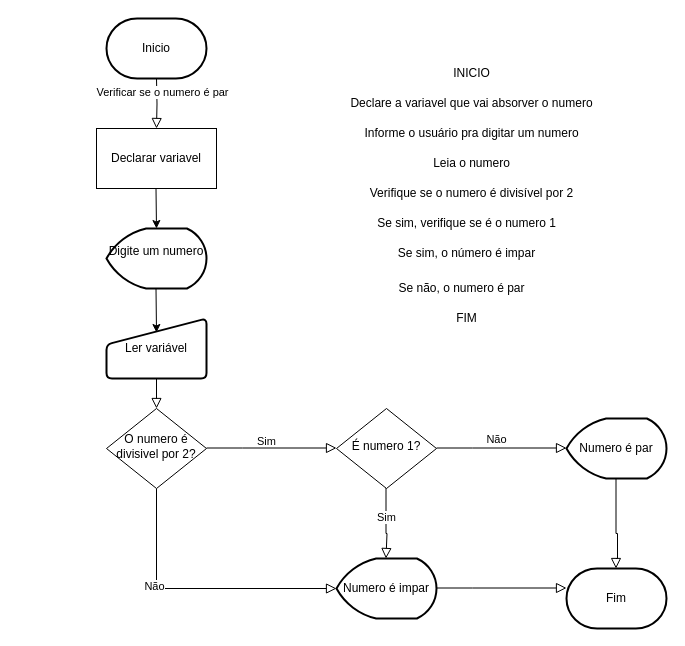
This is AtividadeParImpar.drawio from Jhonneg/FluxogramaRepo, a draw.io file, before an edit. Source tidied: cells renumbered, new cells numbered last; positions are measured from the earlier drawing's top-left corner, leaving out a move shared by most shapes. Both pictures are drawn from the tidied source at 100%, with x=0, y=0 at pixel (96, 18).
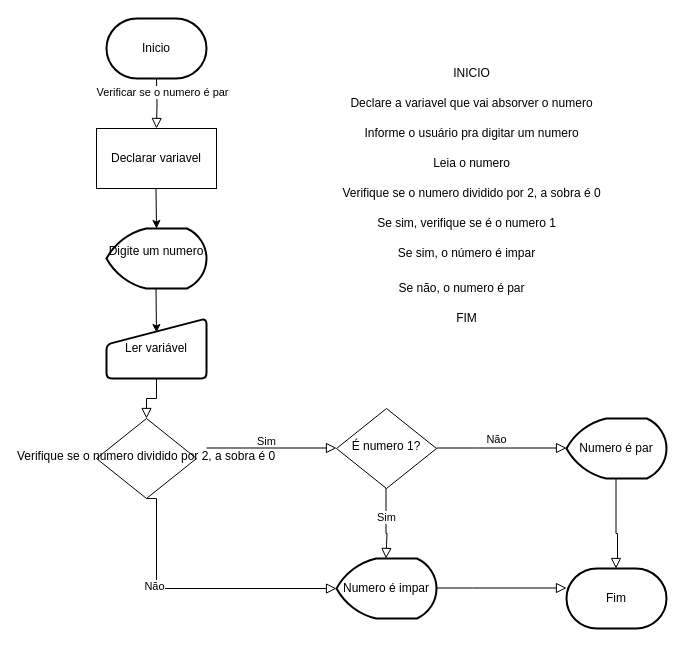
Above is the later version.

What changed in the source:
```diff
@@
-    <mxCell id="21" value="Verifique se o numero é divisível por 2" style="text;html=1;align=center;verticalAlign=middle;strokeColor=none;fillColor=none;rounded=1;" parent="1" vertex="1">
-      <mxGeometry x="260" y="160" width="230" height="30" as="geometry" />
+    <mxCell id="21" value="Verifique se o numero dividido por 2, a sobra é 0" style="text;html=1;align=center;verticalAlign=middle;strokeColor=none;fillColor=none;rounded=1;" parent="1" vertex="1">
+      <mxGeometry x="235" y="160" width="280" height="30" as="geometry" />
     </mxCell>
@@
-    <mxCell id="25" value="O numero é divisivel por 2?" style="rhombus;whiteSpace=wrap;html=1;shadow=0;fontFamily=Helvetica;fontSize=12;align=center;strokeWidth=1;spacing=6;spacingTop=-4;" parent="1" vertex="1">
-      <mxGeometry x="10" y="390" width="100" height="80" as="geometry" />
+    <mxCell id="25" value="&lt;span style=&quot;text-wrap: nowrap;&quot;&gt;Verifique se o numero dividido por 2, a sobra é 0&lt;/span&gt;" style="rhombus;whiteSpace=wrap;html=1;shadow=0;fontFamily=Helvetica;fontSize=12;align=center;strokeWidth=1;spacing=6;spacingTop=-4;" parent="1" vertex="1">
+      <mxGeometry y="400" width="100" height="80" as="geometry" />
     </mxCell>
```
